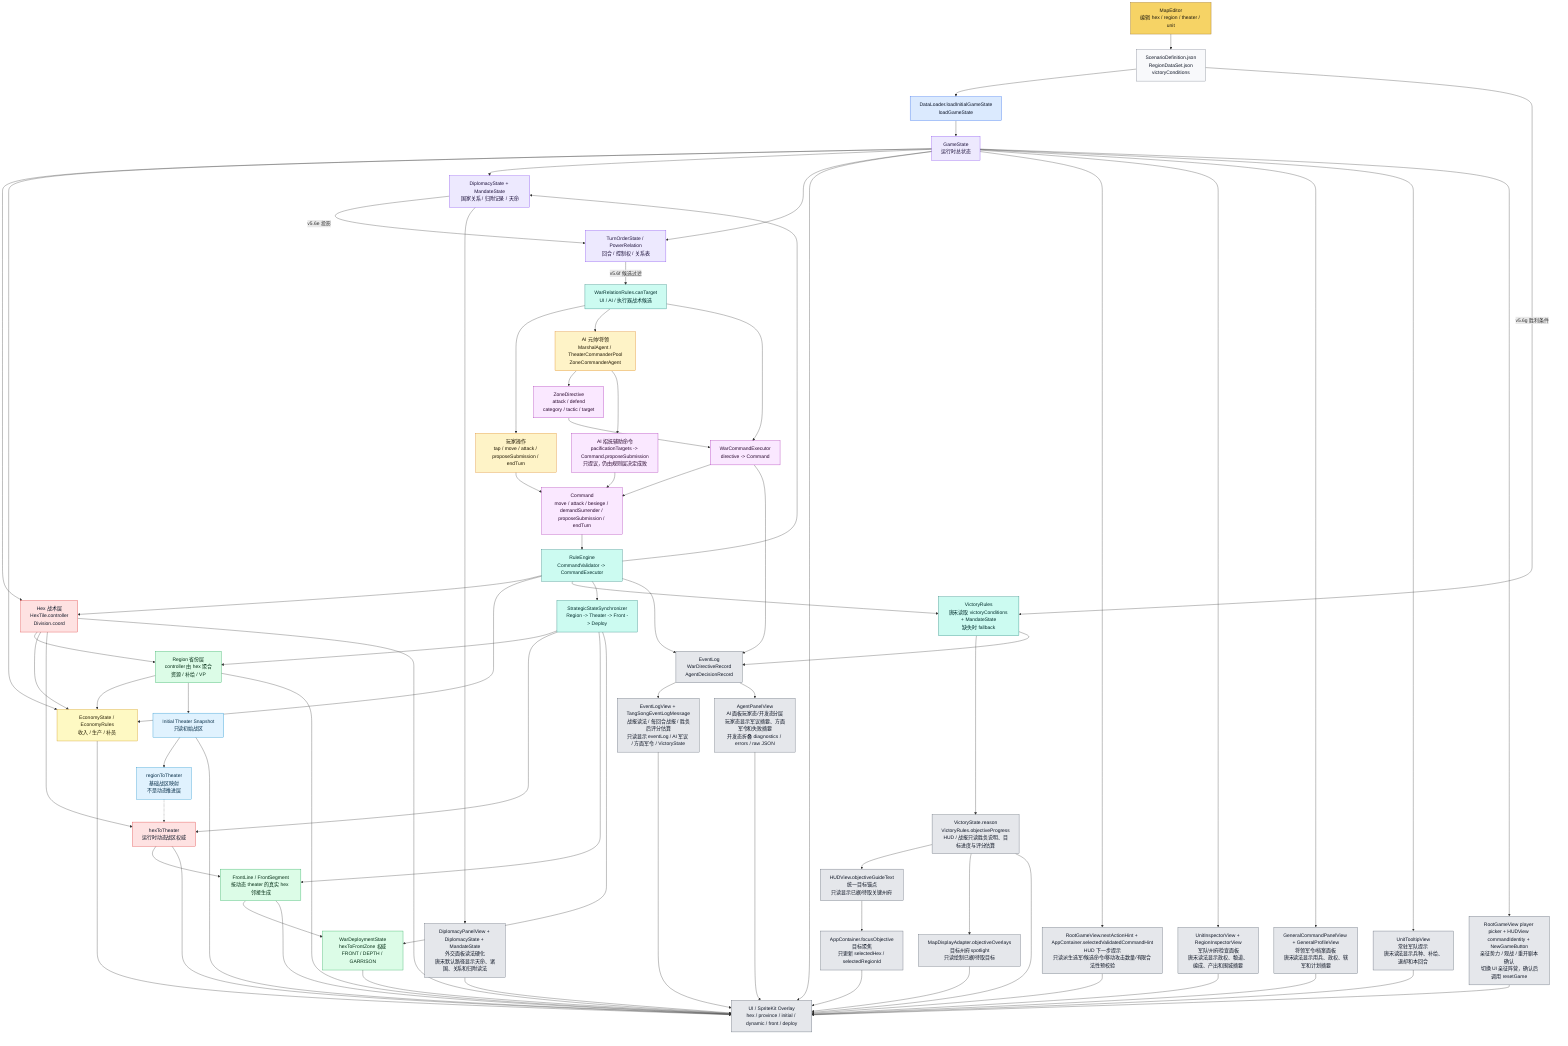
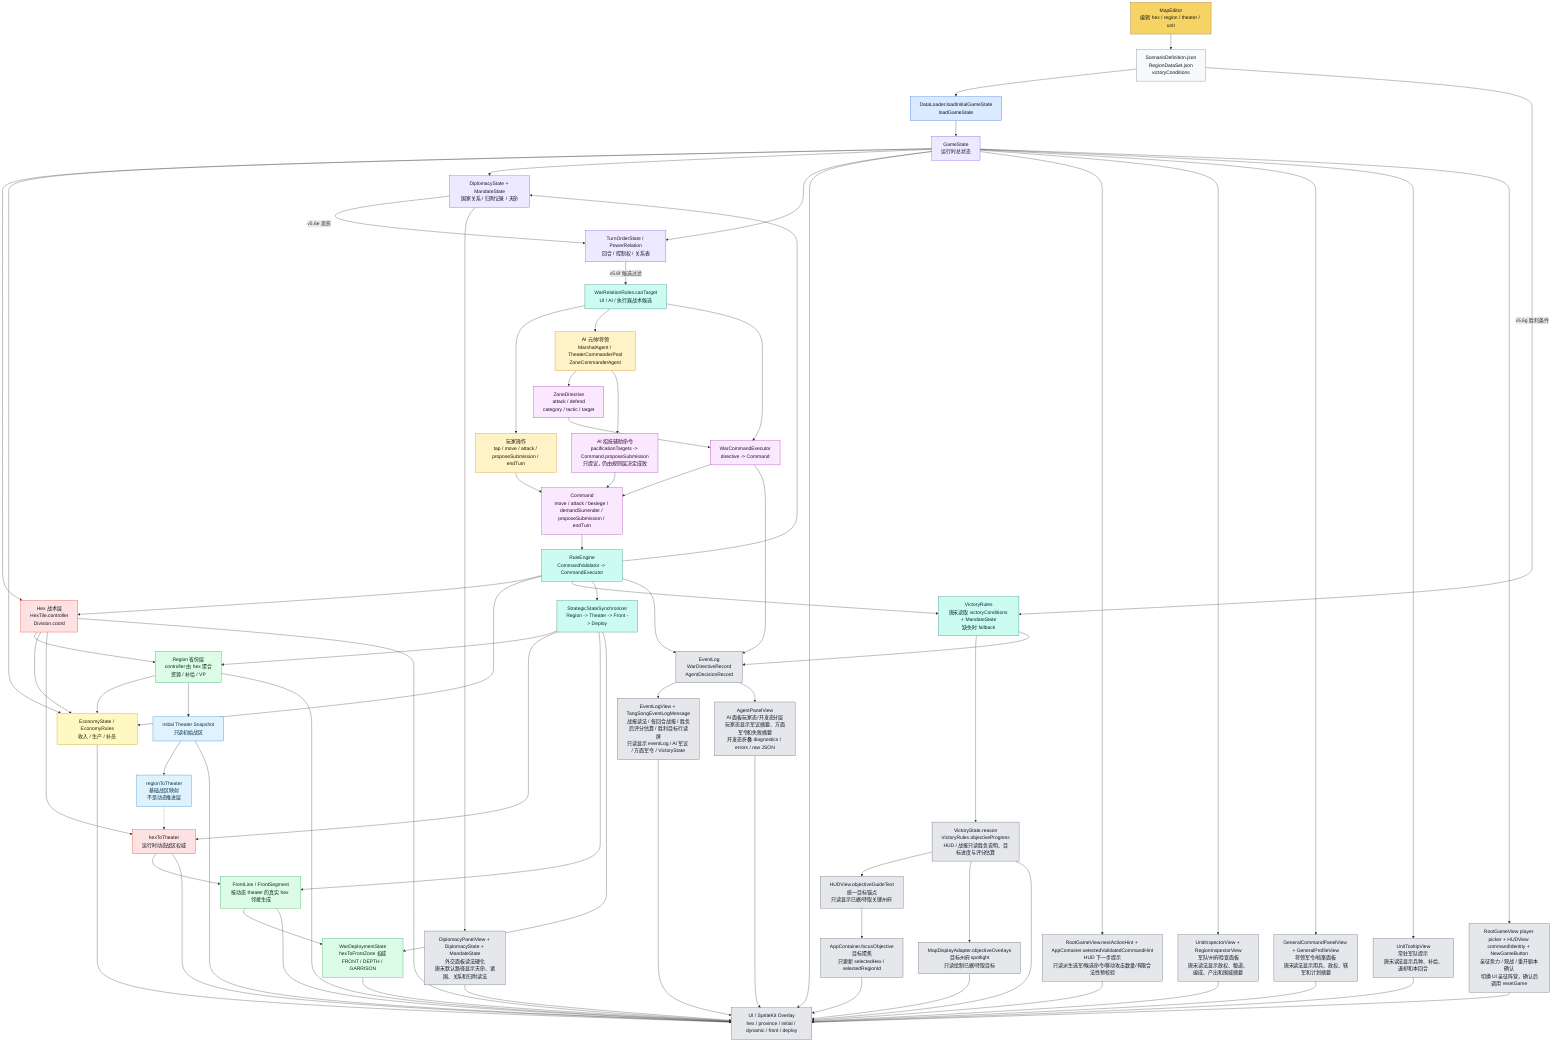
flowchart TD
    ME["MapEditor<br/>编辑 hex / region / theater / unit"]:::editor
    JSON["ScenarioDefinition.json<br/>RegionDataSet.json<br/>victoryConditions"]:::data
    DL["DataLoader.loadInitialGameState<br/>loadGameState"]:::loader
    GS["GameState<br/>运行时总状态"]:::state

    HEX["Hex 战术层<br/>HexTile.controller<br/>Division.coord"]:::authority
    REGION["Region 省份层<br/>controller 由 hex 聚合<br/>资源 / 补给 / VP"]:::derived
    INIT["Initial Theater Snapshot<br/>只读初始战区"]:::snapshot
    R2T["regionToTheater<br/>基础战区映射<br/>不是动态推进层"]:::snapshot
    H2T["hexToTheater<br/>运行时动态战区权威"]:::authority
    FRONT["FrontLine / FrontSegment<br/>按动态 theater 的真实 hex 邻接生成"]:::derived
    DEPLOY["WarDeploymentState<br/>hexToFrontZone 权威<br/>FRONT / DEPTH / GARRISON"]:::derived
    ECO["EconomyState / EconomyRules<br/>收入 / 生产 / 补员"]:::economy
    DIP["DiplomacyState + MandateState<br/>国家关系 / 归附记录 / 天命"]:::state
    TURN["TurnOrderState / PowerRelation<br/>回合 / 控制权 / 关系表"]:::state
    RELCAND["WarRelationRules.canTarget<br/>UI / AI / 执行器战术候选"]:::rules
    VICT["VictoryRules<br/>唐宋读取 victoryConditions + MandateState<br/>缺失时 fallback"]:::rules
    VICTEXT["VictoryState.reason<br/>VictoryRules.objectiveProgress<br/>HUD / 战报只读胜负说明、目标进度与评分估算"]:::ui
    GOAL["HUDView.objectiveGuideText<br/>统一目标锚点<br/>只读显示已据/待取关键州府"]:::ui
    FOCUS["AppContainer.focusObjective<br/>目标聚焦<br/>只更新 selectedHex / selectedRegionId"]:::ui
    SPOTLIGHT["MapDisplayAdapter.objectiveOverlays<br/>目标州府 spotlight<br/>只读绘制已据/待取目标"]:::ui
-     TURNREPORT["EventLogView + TangSongEventLogMessage<br/>战报读法 / 每回合战报 / 胜负后评分估算<br/>只读显示 eventLog / AI 军议 / 方面军令 / VictoryState"]:::ui
+     TURNREPORT["EventLogView + TangSongEventLogMessage<br/>战报读法 / 每回合战报 / 胜负后评分估算 / 胜利目标行读屏<br/>只读显示 eventLog / AI 军议 / 方面军令 / VictoryState"]:::ui
    SESSIONHUD["RootGameView player picker + HUDView commandIdentity + NewGameButton<br/>亲征势力 / 观战 / 重开剧本确认<br/>切换 UI 亲征阵营，确认后调用 resetGame"]:::ui
    HINT["RootGameView.nextActionHint + AppContainer.selectedValidatedCommandHint<br/>HUD 下一步提示<br/>只读派生选军/候选命令/移动攻击数量/有限合法性预校验"]:::ui
    INSPECT["UnitInspectorView + RegionInspectorView<br/>军队/州府检查面板<br/>唐宋读法显示政权、粮道、编成、产出和围城摘要"]:::ui
    GENPANELS["GeneralCommandPanelView + GeneralProfileView<br/>将领军令/档案面板<br/>唐宋读法显示用兵、政权、辖军和计划摘要"]:::ui
    TOOLTIP["UnitTooltipView<br/>常驻军队提示<br/>唐宋读法显示兵种、补给、退却和本回合"]:::ui
    AIPANEL["AgentPanelView<br/>AI 面板玩家态/开发态分层<br/>玩家态显示军议摘要、方面军令和失败摘要<br/>开发态折叠 diagnostics / errors / raw JSON"]:::ui
    DIPPANEL["DiplomacyPanelView + DiplomacyState + MandateState<br/>外交面板读法硬化<br/>唐宋默认路径显示天命、诸国、关系和归附读法"]:::ui

    PLAYER["玩家操作<br/>tap / move / attack / proposeSubmission / endTurn"]:::input
    AI["AI 元帅/将领<br/>MarshalAgent / TheaterCommanderPool<br/>ZoneCommanderAgent"]:::input
    AIPAC["AI 招抚辅助命令<br/>pacificationTargets -> Command.proposeSubmission<br/>只提议，仍由规则层决定成败"]:::command
    ZD["ZoneDirective<br/>attack / defend<br/>category / tactic / target"]:::command
    WCE["WarCommandExecutor<br/>directive -> Command"]:::command
    CMD["Command<br/>move / attack / besiege / demandSurrender / proposeSubmission / endTurn"]:::command
    RE["RuleEngine<br/>CommandValidator -> CommandExecutor"]:::rules
    SYNC["StrategicStateSynchronizer<br/>Region -> Theater -> Front -> Deploy"]:::rules

    UI["UI / SpriteKit Overlay<br/>hex / province / initial / dynamic / front / deploy"]:::ui
    LOG["EventLog<br/>WarDirectiveRecord<br/>AgentDecisionRecord"]:::ui

    ME --> JSON --> DL --> GS
    GS --> HEX
    HEX --> REGION
    HEX --> ECO
    REGION --> ECO
    REGION --> INIT
    INIT --> R2T
    R2T -.-> H2T
    HEX --> H2T
    H2T --> FRONT --> DEPLOY
    GS --> ECO
    GS --> DIP
    GS --> TURN
    DIP -->|v5.6e 投影| TURN
    TURN -->|v5.6f 候选过滤| RELCAND
    JSON -->|v5.6g 胜利条件| VICT

    PLAYER --> CMD
    RELCAND --> PLAYER
    RELCAND --> AI
    RELCAND --> WCE
    AI --> ZD --> WCE --> CMD
    AI --> AIPAC --> CMD
    CMD --> RE --> HEX
    RE --> ECO
    RE --> DIP
    RE --> VICT
    RE --> SYNC
    SYNC --> REGION
    SYNC --> H2T
    SYNC --> FRONT
    SYNC --> DEPLOY

    GS --> UI
    GS --> HINT --> UI
    GS --> INSPECT --> UI
    GS --> GENPANELS --> UI
    GS --> TOOLTIP --> UI
    GS --> SESSIONHUD --> UI
    VICTEXT --> GOAL --> FOCUS --> UI
    VICTEXT --> SPOTLIGHT --> UI
    HEX --> UI
    REGION --> UI
    INIT --> UI
    H2T --> UI
    FRONT --> UI
    DEPLOY --> UI
    ECO --> UI
    DIP --> DIPPANEL --> UI
    VICT --> VICTEXT --> UI
    RE --> LOG
    VICT --> LOG
    WCE --> LOG
    LOG --> TURNREPORT --> UI
    LOG --> AIPANEL --> UI

    classDef editor fill:#f6d365,stroke:#8a5a00,color:#1f1b10
    classDef data fill:#f8f9fb,stroke:#6b7280,color:#111827
    classDef loader fill:#dbeafe,stroke:#2563eb,color:#0f172a
    classDef state fill:#ede9fe,stroke:#7c3aed,color:#1f143d
    classDef authority fill:#fee2e2,stroke:#dc2626,color:#111827
    classDef derived fill:#dcfce7,stroke:#16a34a,color:#052e16
    classDef snapshot fill:#e0f2fe,stroke:#0284c7,color:#082f49
    classDef input fill:#fef3c7,stroke:#d97706,color:#1f1600
    classDef economy fill:#fef9c3,stroke:#ca8a04,color:#292107
    classDef command fill:#fae8ff,stroke:#a21caf,color:#2a0a2f
    classDef rules fill:#ccfbf1,stroke:#0f766e,color:#042f2e
    classDef ui fill:#e5e7eb,stroke:#4b5563,color:#111827
